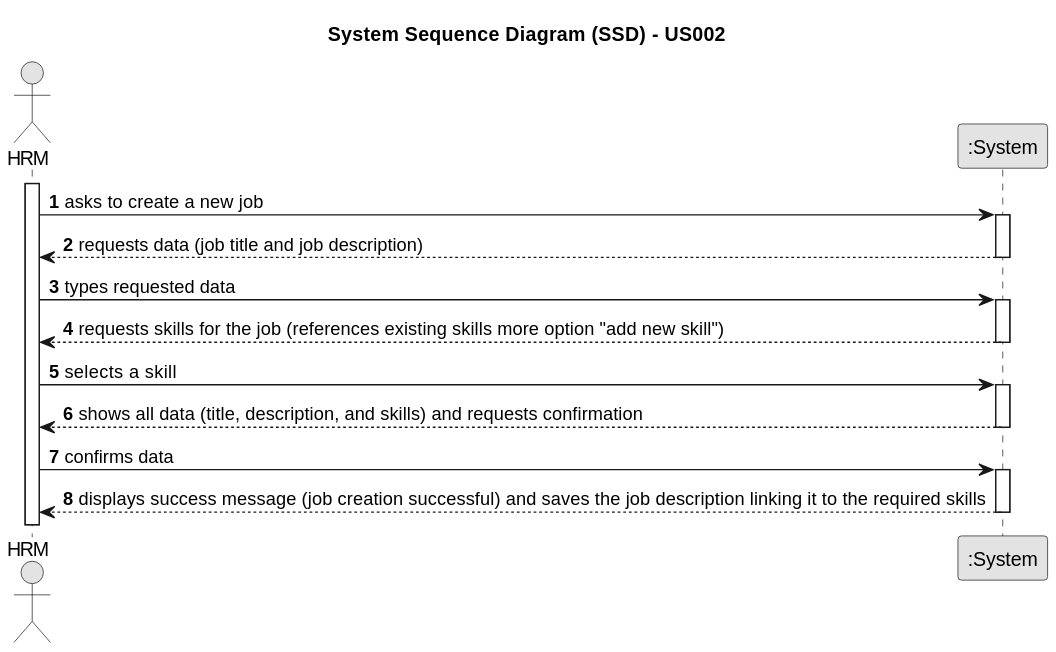
Above: docs/sprintB/us002/01.requirements-engineering/svg/us002-system-sequence-diagram-alternative-one.svg in ricardomm7/leaflink (PlantUML), before the change.
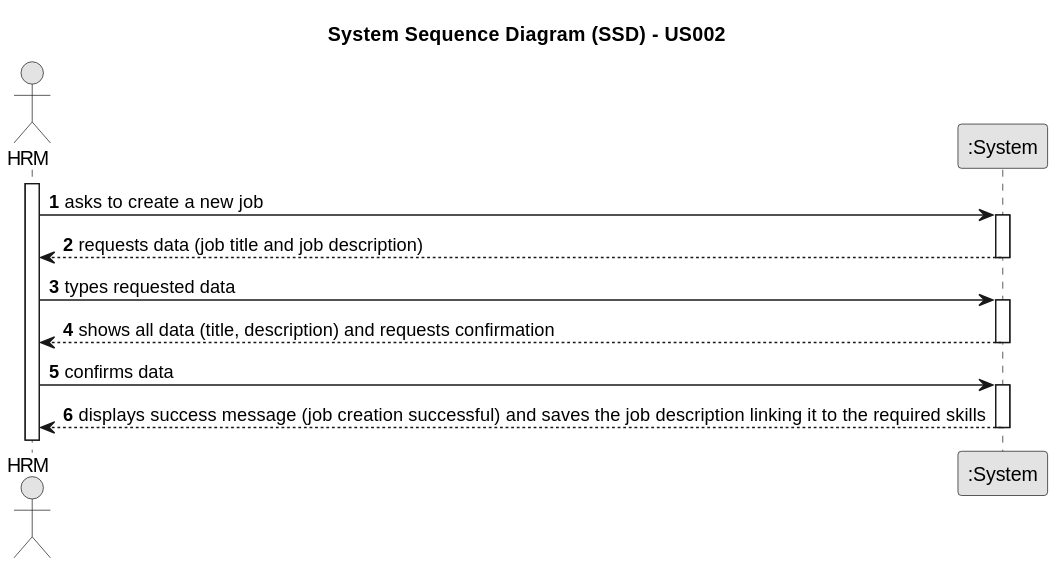
After the change.

Diff of the diagram source:
```diff
@@ -19,14 +19,7 @@
 
     Employee -> System : types requested data
     activate System
-
-        System --> Employee : requests skills for the job (references existing skills more option "add new skill")
-    deactivate System
-
-    Employee -> System : selects a skill
-    activate System
-
-        System --> Employee : shows all data (title, description, and skills) and requests confirmation
+        System --> Employee : shows all data (title, description) and requests confirmation
     deactivate System
 
     Employee -> System : confirms data
```
